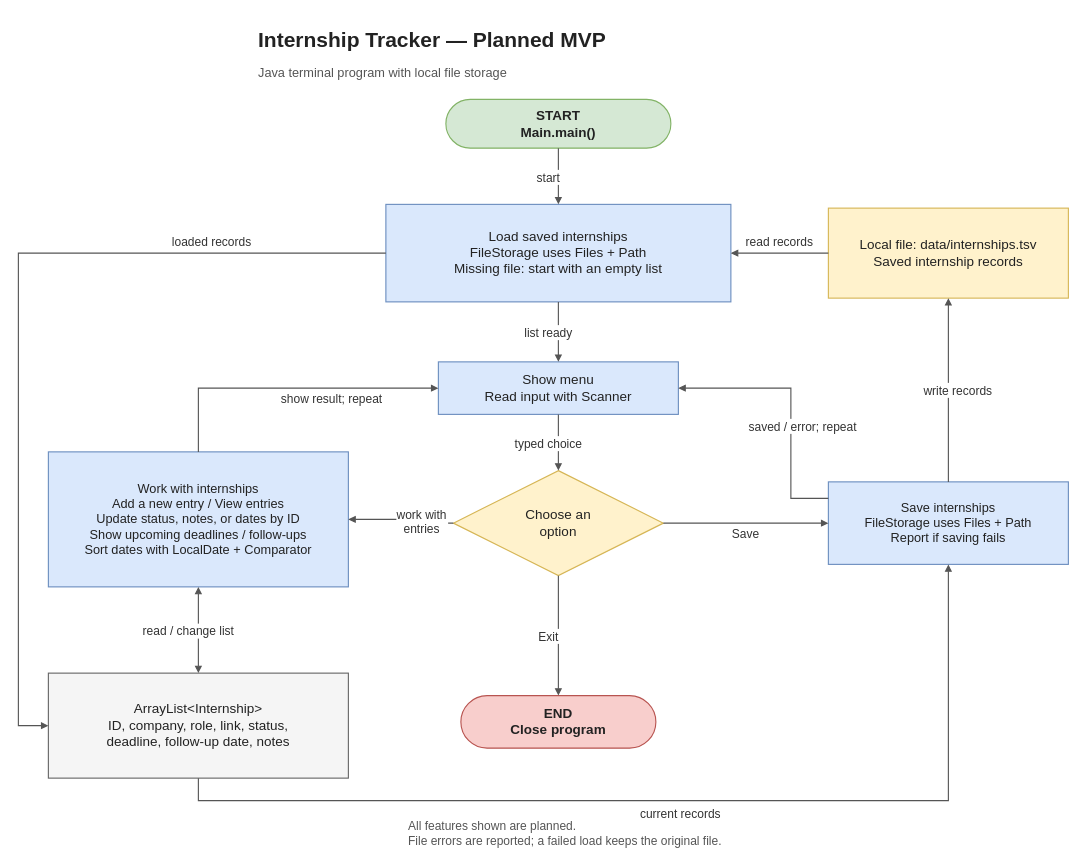
Adityapat101/internship-tracker keeps this draw.io diagram as docs/system-diagram.drawio. Above is the earlier version. Source tidied: cells renumbered, new cells numbered last; positions are measured from the earlier drawing's top-left corner, leaving out a move shared by most shapes. Both pictures are drawn from the tidied source at 75%, with x=0, y=0 at pixel (18, 16).
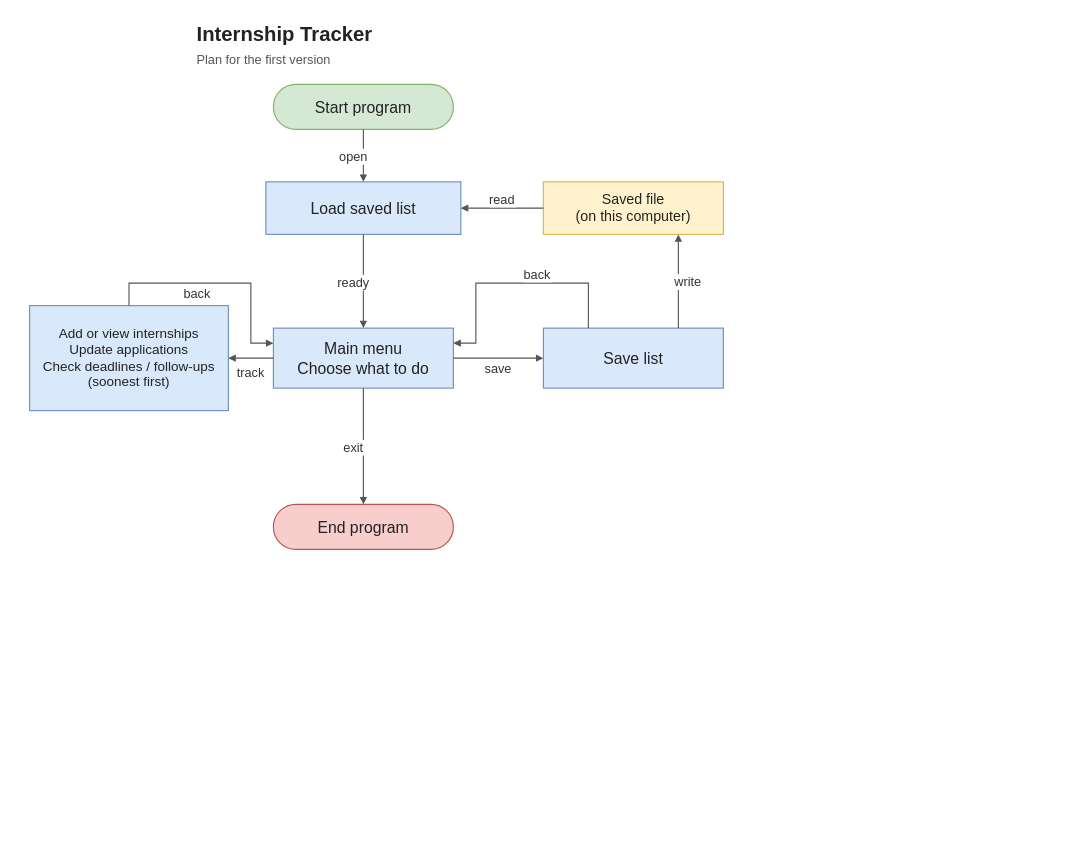
Above is the later version.

Commit message (it also covers changes not shown here):
Simplify the system diagram

Diff of the diagram source:
```diff
@@
-    <mxCell id="2" value="Internship Tracker — Planned MVP" style="whiteSpace=wrap;html=0;fontFamily=Arial;fontSize=18;fontColor=#222222;align=center;verticalAlign=middle;strokeWidth=1.5;spacing=10;text;strokeColor=none;fillColor=none;fontStyle=1;fontSize=28;" parent="1" vertex="1">
-      <mxGeometry x="310" width="820" height="45" as="geometry" />
+    <mxCell id="2" value="Internship Tracker" style="whiteSpace=wrap;html=0;fontFamily=Arial;fontSize=21;fontColor=#222222;align=center;verticalAlign=middle;strokeWidth=1.5;spacing=8;text;strokeColor=none;fillColor=none;fontStyle=1;fontSize=27;" parent="1" vertex="1">
+      <mxGeometry x="230" y="-5" width="500" height="40" as="geometry" />
     </mxCell>
-    <mxCell id="3" value="Java terminal program with local file storage" style="whiteSpace=wrap;html=0;fontFamily=Arial;fontSize=18;fontColor=#222222;align=center;verticalAlign=middle;strokeWidth=1.5;spacing=10;text;strokeColor=none;fillColor=none;fontSize=17;fontColor=#555555;" parent="1" vertex="1">
-      <mxGeometry x="310" y="50" width="820" height="30" as="geometry" />
+    <mxCell id="3" value="Plan for the first version" style="whiteSpace=wrap;html=0;fontFamily=Arial;fontSize=21;fontColor=#222222;align=center;verticalAlign=middle;strokeWidth=1.5;spacing=8;text;strokeColor=none;fillColor=none;fontSize=17;fontColor=#555555;" parent="1" vertex="1">
+      <mxGeometry x="230" y="35" width="500" height="30" as="geometry" />
     </mxCell>
-    <mxCell id="4" value="START&#10;Main.main()" style="whiteSpace=wrap;html=0;fontFamily=Arial;fontSize=18;fontColor=#222222;align=center;verticalAlign=middle;strokeWidth=1.5;spacing=10;rounded=1;arcSize=50;fillColor=#d5e8d4;strokeColor=#82b366;fontStyle=1;" parent="1" vertex="1">
-      <mxGeometry x="570" y="110" width="300" height="65" as="geometry" />
+    <mxCell id="4" value="Start program" style="whiteSpace=wrap;html=0;fontFamily=Arial;fontSize=21;fontColor=#222222;align=center;verticalAlign=middle;strokeWidth=1.5;spacing=8;rounded=1;arcSize=50;fillColor=#d5e8d4;strokeColor=#82b366;" parent="1" vertex="1">
+      <mxGeometry x="340" y="90" width="240" height="60" as="geometry" />
     </mxCell>
-    <mxCell id="5" value="Load saved internships&#10;FileStorage uses Files + Path&#10;Missing file: start with an empty list" style="whiteSpace=wrap;html=0;fontFamily=Arial;fontSize=18;fontColor=#222222;align=center;verticalAlign=middle;strokeWidth=1.5;spacing=10;rounded=0;fillColor=#dae8fc;strokeColor=#6c8ebf;" parent="1" vertex="1">
-      <mxGeometry x="490" y="250" width="460" height="130" as="geometry" />
+    <mxCell id="5" value="Load saved list" style="whiteSpace=wrap;html=0;fontFamily=Arial;fontSize=21;fontColor=#222222;align=center;verticalAlign=middle;strokeWidth=1.5;spacing=8;rounded=0;fillColor=#dae8fc;strokeColor=#6c8ebf;" parent="1" vertex="1">
+      <mxGeometry x="330" y="220" width="260" height="70" as="geometry" />
     </mxCell>
-    <mxCell id="6" value="Show menu&#10;Read input with Scanner" style="whiteSpace=wrap;html=0;fontFamily=Arial;fontSize=18;fontColor=#222222;align=center;verticalAlign=middle;strokeWidth=1.5;spacing=10;rounded=0;fillColor=#dae8fc;strokeColor=#6c8ebf;" parent="1" vertex="1">
-      <mxGeometry x="560" y="460" width="320" height="70" as="geometry" />
+    <mxCell id="6" value="Main menu&#10;Choose what to do" style="whiteSpace=wrap;html=0;fontFamily=Arial;fontSize=21;fontColor=#222222;align=center;verticalAlign=middle;strokeWidth=1.5;spacing=8;rounded=0;fillColor=#dae8fc;strokeColor=#6c8ebf;" parent="1" vertex="1">
+      <mxGeometry x="340" y="415" width="240" height="80" as="geometry" />
     </mxCell>
-    <mxCell id="7" value="Choose an&#10;option" style="whiteSpace=wrap;html=0;fontFamily=Arial;fontSize=18;fontColor=#222222;align=center;verticalAlign=middle;strokeWidth=1.5;spacing=10;rhombus;fillColor=#fff2cc;strokeColor=#d6b656;" parent="1" vertex="1">
-      <mxGeometry x="580" y="605" width="280" height="140" as="geometry" />
-    </mxCell>
-    <mxCell id="8" value="Work with internships&#10;Add a new entry / View entries&#10;Update status, notes, or dates by ID&#10;Show upcoming deadlines / follow-ups&#10;Sort dates with LocalDate + Comparator" style="whiteSpace=wrap;html=0;fontFamily=Arial;fontSize=18;fontColor=#222222;align=center;verticalAlign=middle;strokeWidth=1.5;spacing=10;rounded=0;fillColor=#dae8fc;strokeColor=#6c8ebf;fontSize=17;" parent="1" vertex="1">
-      <mxGeometry x="40" y="580" width="400" height="180" as="geometry" />
+    <mxCell id="8" value="Add or view internships&#10;Update applications&#10;Check deadlines / follow-ups&#10;(soonest first)" style="whiteSpace=wrap;html=0;fontFamily=Arial;fontSize=21;fontColor=#222222;align=center;verticalAlign=middle;strokeWidth=1.5;spacing=8;rounded=0;fillColor=#dae8fc;strokeColor=#6c8ebf;fontSize=18;" parent="1" vertex="1">
+      <mxGeometry x="15" y="385" width="265" height="140" as="geometry" />
     </mxCell>
-    <mxCell id="9" value="ArrayList&lt;Internship&gt;&#10;ID, company, role, link, status,&#10;deadline, follow-up date, notes" style="whiteSpace=wrap;html=0;fontFamily=Arial;fontSize=18;fontColor=#222222;align=center;verticalAlign=middle;strokeWidth=1.5;spacing=10;rounded=0;fillColor=#f5f5f5;strokeColor=#666666;" parent="1" vertex="1">
-      <mxGeometry x="40" y="875" width="400" height="140" as="geometry" />
-    </mxCell>
-    <mxCell id="10" value="Save internships&#10;FileStorage uses Files + Path&#10;Report if saving fails" style="whiteSpace=wrap;html=0;fontFamily=Arial;fontSize=18;fontColor=#222222;align=center;verticalAlign=middle;strokeWidth=1.5;spacing=10;rounded=0;fillColor=#dae8fc;strokeColor=#6c8ebf;fontSize=17;" parent="1" vertex="1">
-      <mxGeometry x="1080" y="620" width="320" height="110" as="geometry" />
+    <mxCell id="10" value="Save list" style="whiteSpace=wrap;html=0;fontFamily=Arial;fontSize=21;fontColor=#222222;align=center;verticalAlign=middle;strokeWidth=1.5;spacing=8;rounded=0;fillColor=#dae8fc;strokeColor=#6c8ebf;" parent="1" vertex="1">
+      <mxGeometry x="700" y="415" width="240" height="80" as="geometry" />
     </mxCell>
-    <mxCell id="11" value="Local file: data/internships.tsv&#10;Saved internship records" style="whiteSpace=wrap;html=0;fontFamily=Arial;fontSize=18;fontColor=#222222;align=center;verticalAlign=middle;strokeWidth=1.5;spacing=10;rounded=0;fillColor=#fff2cc;strokeColor=#d6b656;" parent="1" vertex="1">
-      <mxGeometry x="1080" y="255" width="320" height="120" as="geometry" />
+    <mxCell id="11" value="Saved file&#10;(on this computer)" style="whiteSpace=wrap;html=0;fontFamily=Arial;fontSize=21;fontColor=#222222;align=center;verticalAlign=middle;strokeWidth=1.5;spacing=8;rounded=0;fillColor=#fff2cc;strokeColor=#d6b656;fontSize=19;" parent="1" vertex="1">
+      <mxGeometry x="700" y="220" width="240" height="70" as="geometry" />
     </mxCell>
-    <mxCell id="12" value="END&#10;Close program" style="whiteSpace=wrap;html=0;fontFamily=Arial;fontSize=18;fontColor=#222222;align=center;verticalAlign=middle;strokeWidth=1.5;spacing=10;rounded=1;arcSize=50;fillColor=#f8cecc;strokeColor=#b85450;fontStyle=1;" parent="1" vertex="1">
-      <mxGeometry x="590" y="905" width="260" height="70" as="geometry" />
+    <mxCell id="12" value="End program" style="whiteSpace=wrap;html=0;fontFamily=Arial;fontSize=21;fontColor=#222222;align=center;verticalAlign=middle;strokeWidth=1.5;spacing=8;rounded=1;arcSize=50;fillColor=#f8cecc;strokeColor=#b85450;" parent="1" vertex="1">
+      <mxGeometry x="340" y="650" width="240" height="60" as="geometry" />
     </mxCell>
-    <mxCell id="13" value="All features shown are planned.&#10;File errors are reported; a failed load keeps the original file." style="whiteSpace=wrap;html=0;fontFamily=Arial;fontSize=18;fontColor=#222222;align=center;verticalAlign=middle;strokeWidth=1.5;spacing=10;text;strokeColor=none;fillColor=none;fontSize=16;fontColor=#555555;" parent="1" vertex="1">
-      <mxGeometry x="510" y="1055" width="890" height="55" as="geometry" />
-    </mxCell>
-    <mxCell id="14" value="start" style="edgeStyle=orthogonalEdgeStyle;rounded=0;jettySize=auto;html=0;fontFamily=Arial;fontSize=16;fontColor=#333333;strokeColor=#555555;strokeWidth=1.5;endArrow=block;endFill=1;labelBackgroundColor=#ffffff;exitX=0.5;exitY=1;entryX=0.5;entryY=0;" parent="1" edge="1" source="4" target="5">
+    <mxCell id="14" value="open" style="edgeStyle=orthogonalEdgeStyle;rounded=0;jettySize=auto;html=0;fontFamily=Arial;fontSize=17;fontColor=#333333;strokeColor=#555555;strokeWidth=1.5;endArrow=block;endFill=1;labelBackgroundColor=#ffffff;exitX=0.5;exitY=1;entryX=0.5;entryY=0;" parent="1" edge="1" source="4" target="5">
       <mxGeometry y="-13" relative="1" as="geometry" />
     </mxCell>
-    <mxCell id="15" value="read records" style="edgeStyle=orthogonalEdgeStyle;rounded=0;jettySize=auto;html=0;fontFamily=Arial;fontSize=16;fontColor=#333333;strokeColor=#555555;strokeWidth=1.5;endArrow=block;endFill=1;labelBackgroundColor=#ffffff;exitX=0;exitY=0.5;entryX=1;entryY=0.5;" parent="1" edge="1" source="11" target="5">
-      <mxGeometry y="-16" relative="1" as="geometry" />
+    <mxCell id="15" value="read" style="edgeStyle=orthogonalEdgeStyle;rounded=0;jettySize=auto;html=0;fontFamily=Arial;fontSize=17;fontColor=#333333;strokeColor=#555555;strokeWidth=1.5;endArrow=block;endFill=1;labelBackgroundColor=#ffffff;exitX=0;exitY=0.5;entryX=1;entryY=0.5;" parent="1" edge="1" source="11" target="5">
+      <mxGeometry y="-13" relative="1" as="geometry" />
     </mxCell>
-    <mxCell id="16" value="loaded records" style="edgeStyle=orthogonalEdgeStyle;rounded=0;jettySize=auto;html=0;fontFamily=Arial;fontSize=16;fontColor=#333333;strokeColor=#555555;strokeWidth=1.5;endArrow=block;endFill=1;labelBackgroundColor=#ffffff;exitX=0;exitY=0.5;entryX=0;entryY=0.5;" parent="1" edge="1" source="5" target="9">
-      <mxGeometry x="-0.6" y="-16" relative="1" as="geometry">
-        <Array as="points">
-          <mxPoint y="315" />
-          <mxPoint y="945" />
-        </Array>
-      </mxGeometry>
-    </mxCell>
-    <mxCell id="17" value="list ready" style="edgeStyle=orthogonalEdgeStyle;rounded=0;jettySize=auto;html=0;fontFamily=Arial;fontSize=16;fontColor=#333333;strokeColor=#555555;strokeWidth=1.5;endArrow=block;endFill=1;labelBackgroundColor=#ffffff;exitX=0.5;exitY=1;entryX=0.5;entryY=0;" parent="1" edge="1" source="5" target="6">
+    <mxCell id="17" value="ready" style="edgeStyle=orthogonalEdgeStyle;rounded=0;jettySize=auto;html=0;fontFamily=Arial;fontSize=17;fontColor=#333333;strokeColor=#555555;strokeWidth=1.5;endArrow=block;endFill=1;labelBackgroundColor=#ffffff;exitX=0.5;exitY=1;entryX=0.5;entryY=0;" parent="1" edge="1" source="5" target="6">
       <mxGeometry y="-13" relative="1" as="geometry" />
     </mxCell>
-    <mxCell id="18" value="typed choice" style="edgeStyle=orthogonalEdgeStyle;rounded=0;jettySize=auto;html=0;fontFamily=Arial;fontSize=16;fontColor=#333333;strokeColor=#555555;strokeWidth=1.5;endArrow=block;endFill=1;labelBackgroundColor=#ffffff;exitX=0.5;exitY=1;entryX=0.5;entryY=0;" parent="1" edge="1" source="6" target="7">
-      <mxGeometry y="-13" relative="1" as="geometry" />
-    </mxCell>
-    <mxCell id="19" value="work with&#10;entries" style="edgeStyle=orthogonalEdgeStyle;rounded=0;jettySize=auto;html=0;fontFamily=Arial;fontSize=16;fontColor=#333333;strokeColor=#555555;strokeWidth=1.5;endArrow=block;endFill=1;labelBackgroundColor=#ffffff;exitX=0;exitY=0.5;entryX=1;entryY=0.5;" parent="1" edge="1" source="7" target="8">
-      <mxGeometry y="-28" relative="1" as="geometry" />
-    </mxCell>
-    <mxCell id="20" value="read / change list" style="edgeStyle=orthogonalEdgeStyle;rounded=0;jettySize=auto;html=0;fontFamily=Arial;fontSize=16;fontColor=#333333;strokeColor=#555555;strokeWidth=1.5;endArrow=block;endFill=1;labelBackgroundColor=#ffffff;exitX=0.5;exitY=1;entryX=0.5;entryY=0;startArrow=block;startFill=1;" parent="1" edge="1" source="8" target="9">
-      <mxGeometry y="-13" relative="1" as="geometry" />
-    </mxCell>
+    <mxCell id="27" value="track" style="edgeStyle=orthogonalEdgeStyle;rounded=0;jettySize=auto;html=0;fontFamily=Arial;fontSize=17;fontColor=#333333;strokeColor=#555555;strokeWidth=1.5;endArrow=block;endFill=1;labelBackgroundColor=#ffffff;exitX=0;exitY=0.5;entryX=1;entryY=0.5;" parent="1" edge="1" source="6" target="8">
+      <mxGeometry y="18" relative="1" as="geometry" />
+    </mxCell>
-    <mxCell id="21" value="show result; repeat" style="edgeStyle=orthogonalEdgeStyle;rounded=0;jettySize=auto;html=0;fontFamily=Arial;fontSize=16;fontColor=#333333;strokeColor=#555555;strokeWidth=1.5;endArrow=block;endFill=1;labelBackgroundColor=#ffffff;exitX=0.5;exitY=0;entryX=0;entryY=0.5;" parent="1" edge="1" source="8" target="6">
-      <mxGeometry x="0.3" y="-13" relative="1" as="geometry">
+    <mxCell id="21" value="back" style="edgeStyle=orthogonalEdgeStyle;rounded=0;jettySize=auto;html=0;fontFamily=Arial;fontSize=17;fontColor=#333333;strokeColor=#555555;strokeWidth=1.5;endArrow=block;endFill=1;labelBackgroundColor=#ffffff;exitX=0.5;exitY=0;entryX=0;entryY=0.25;" parent="1" edge="1" source="8" target="6">
+      <mxGeometry x="-0.2" y="-13" relative="1" as="geometry">
         <Array as="points">
-          <mxPoint x="240" y="495" />
-          <mxPoint x="500" y="495" />
+          <mxPoint x="147.5" y="355" />
+          <mxPoint x="310" y="355" />
+          <mxPoint x="310" y="435" />
         </Array>
       </mxGeometry>
     </mxCell>
-    <mxCell id="22" value="Save" style="edgeStyle=orthogonalEdgeStyle;rounded=0;jettySize=auto;html=0;fontFamily=Arial;fontSize=16;fontColor=#333333;strokeColor=#555555;strokeWidth=1.5;endArrow=block;endFill=1;labelBackgroundColor=#ffffff;exitX=1;exitY=0.5;entryX=0;entryY=0.5;" parent="1" edge="1" source="7" target="10">
-      <mxGeometry y="-13" relative="1" as="geometry" />
-    </mxCell>
+    <mxCell id="28" value="save" style="edgeStyle=orthogonalEdgeStyle;rounded=0;jettySize=auto;html=0;fontFamily=Arial;fontSize=17;fontColor=#333333;strokeColor=#555555;strokeWidth=1.5;endArrow=block;endFill=1;labelBackgroundColor=#ffffff;exitX=1;exitY=0.5;entryX=0;entryY=0.5;" parent="1" edge="1" source="6" target="10">
+      <mxGeometry y="-13" relative="1" as="geometry" />
+    </mxCell>
-    <mxCell id="23" value="write records" style="edgeStyle=orthogonalEdgeStyle;rounded=0;jettySize=auto;html=0;fontFamily=Arial;fontSize=16;fontColor=#333333;strokeColor=#555555;strokeWidth=1.5;endArrow=block;endFill=1;labelBackgroundColor=#ffffff;exitX=0.5;exitY=0;entryX=0.5;entryY=1;" parent="1" edge="1" source="10" target="11">
+    <mxCell id="23" value="write" style="edgeStyle=orthogonalEdgeStyle;rounded=0;jettySize=auto;html=0;fontFamily=Arial;fontSize=17;fontColor=#333333;strokeColor=#555555;strokeWidth=1.5;endArrow=block;endFill=1;labelBackgroundColor=#ffffff;exitX=0.75;exitY=0;entryX=0.75;entryY=1;" parent="1" edge="1" source="10" target="11">
       <mxGeometry y="-13" relative="1" as="geometry" />
     </mxCell>
-    <mxCell id="24" value="saved / error; repeat" style="edgeStyle=orthogonalEdgeStyle;rounded=0;jettySize=auto;html=0;fontFamily=Arial;fontSize=16;fontColor=#333333;strokeColor=#555555;strokeWidth=1.5;endArrow=block;endFill=1;labelBackgroundColor=#ffffff;exitX=0;exitY=0.2;entryX=1;entryY=0.5;" parent="1" edge="1" source="10" target="6">
-      <mxGeometry x="-0.15" y="-16" relative="1" as="geometry">
+    <mxCell id="24" value="back" style="edgeStyle=orthogonalEdgeStyle;rounded=0;jettySize=auto;html=0;fontFamily=Arial;fontSize=17;fontColor=#333333;strokeColor=#555555;strokeWidth=1.5;endArrow=block;endFill=1;labelBackgroundColor=#ffffff;exitX=0.25;exitY=0;entryX=1;entryY=0.25;" parent="1" edge="1" source="10" target="6">
+      <mxGeometry x="-0.2" y="-13" relative="1" as="geometry">
         <Array as="points">
-          <mxPoint x="1030" y="642" />
-          <mxPoint x="1030" y="495" />
+          <mxPoint x="760" y="355" />
+          <mxPoint x="610" y="355" />
+          <mxPoint x="610" y="435" />
         </Array>
       </mxGeometry>
     </mxCell>
-    <mxCell id="25" value="Exit" style="edgeStyle=orthogonalEdgeStyle;rounded=0;jettySize=auto;html=0;fontFamily=Arial;fontSize=16;fontColor=#333333;strokeColor=#555555;strokeWidth=1.5;endArrow=block;endFill=1;labelBackgroundColor=#ffffff;exitX=0.5;exitY=1;entryX=0.5;entryY=0;" parent="1" edge="1" source="7" target="12">
-      <mxGeometry y="-13" relative="1" as="geometry" />
-    </mxCell>
-    <mxCell id="26" value="current records" style="edgeStyle=orthogonalEdgeStyle;rounded=0;jettySize=auto;html=0;fontFamily=Arial;fontSize=16;fontColor=#333333;strokeColor=#555555;strokeWidth=1.5;endArrow=block;endFill=1;labelBackgroundColor=#ffffff;exitX=0.5;exitY=1;entryX=0.5;entryY=1;" parent="1" edge="1" source="9" target="10">
-      <mxGeometry y="-16" relative="1" as="geometry">
-        <Array as="points">
-          <mxPoint x="240" y="1045" />
-          <mxPoint x="1240" y="1045" />
-        </Array>
-      </mxGeometry>
-    </mxCell>
+    <mxCell id="29" value="exit" style="edgeStyle=orthogonalEdgeStyle;rounded=0;jettySize=auto;html=0;fontFamily=Arial;fontSize=17;fontColor=#333333;strokeColor=#555555;strokeWidth=1.5;endArrow=block;endFill=1;labelBackgroundColor=#ffffff;exitX=0.5;exitY=1;entryX=0.5;entryY=0;" parent="1" edge="1" source="6" target="12">
+      <mxGeometry y="-13" relative="1" as="geometry" />
+    </mxCell>
```
